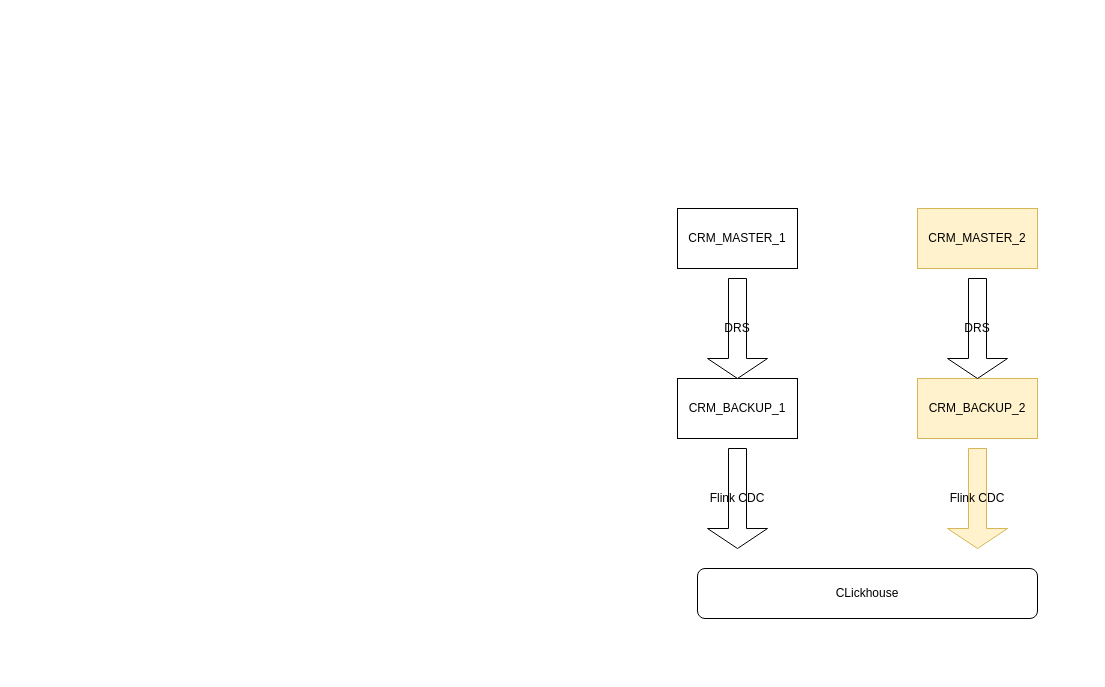
Before: page "第 1 页" (1 of 2) of wiz/MYSQL扩容改造.drawio in smileLuckBoy/drowio, a draw.io diagram. Source tidied: cells renumbered, new cells numbered last; positions are measured from the earlier drawing's top-left corner, leaving out a move shared by most shapes. Both pictures are drawn from the tidied source at 100%, with x=0, y=0 at pixel (677, 208).
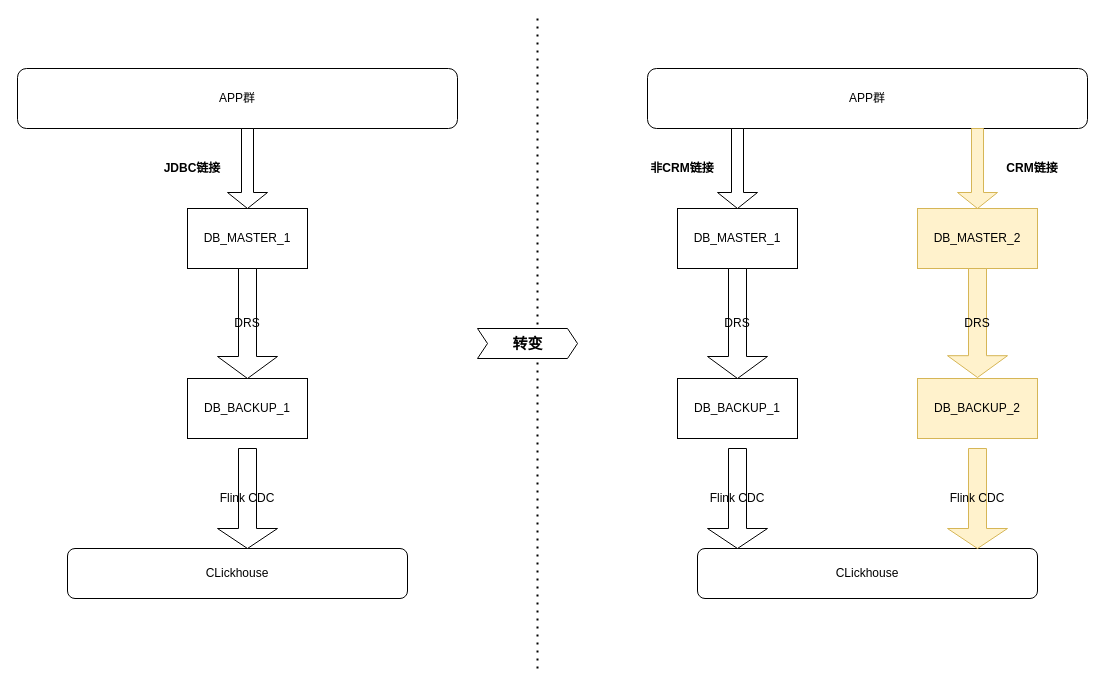
The same diagram, later.

What changed in the source:
```diff
@@
     <mxCell id="2" style="edgeStyle=orthogonalEdgeStyle;rounded=0;orthogonalLoop=1;jettySize=auto;html=1;exitX=0.5;exitY=0.975;exitDx=0;exitDy=0;exitPerimeter=0;" parent="1" edge="1">
       <mxGeometry relative="1" as="geometry">
-        <mxPoint x="60" y="48" as="sourcePoint" />
+        <mxPoint x="-570" y="-12" as="sourcePoint" />
       </mxGeometry>
     </mxCell>
     <mxCell id="3" style="edgeStyle=orthogonalEdgeStyle;rounded=0;orthogonalLoop=1;jettySize=auto;html=1;exitX=0.5;exitY=0.975;exitDx=0;exitDy=0;exitPerimeter=0;" parent="1" edge="1">
       <mxGeometry relative="1" as="geometry">
-        <mxPoint x="300" y="150" as="targetPoint" />
+        <mxPoint x="-330" y="90" as="targetPoint" />
       </mxGeometry>
     </mxCell>
     <mxCell id="4" value="CLickhouse" style="rounded=1;whiteSpace=wrap;html=1;" parent="1" vertex="1">
-      <mxGeometry x="20" y="360" width="340" height="50" as="geometry" />
+      <mxGeometry x="20" y="340" width="340" height="50" as="geometry" />
     </mxCell>
@@
-    <mxCell id="7" value="CRM_MASTER_1" style="rounded=0;whiteSpace=wrap;html=1;" parent="1" vertex="1">
+    <mxCell id="7" value="DB_MASTER_1" style="rounded=0;whiteSpace=wrap;html=1;" parent="1" vertex="1">
       <mxGeometry width="120" height="60" as="geometry" />
     </mxCell>
-    <mxCell id="8" value="CRM_MASTER_2" style="rounded=0;whiteSpace=wrap;html=1;fillColor=#fff2cc;strokeColor=#d6b656;" parent="1" vertex="1">
+    <mxCell id="8" value="DB_MASTER_2" style="rounded=0;whiteSpace=wrap;html=1;fillColor=#fff2cc;strokeColor=#d6b656;" parent="1" vertex="1">
       <mxGeometry x="240" width="120" height="60" as="geometry" />
     </mxCell>
-    <mxCell id="9" value="CRM_BACKUP_2" style="rounded=0;whiteSpace=wrap;html=1;fillColor=#fff2cc;strokeColor=#d6b656;" parent="1" vertex="1">
+    <mxCell id="9" value="DB_BACKUP_2" style="rounded=0;whiteSpace=wrap;html=1;fillColor=#fff2cc;strokeColor=#d6b656;" parent="1" vertex="1">
       <mxGeometry x="240" y="170" width="120" height="60" as="geometry" />
     </mxCell>
-    <mxCell id="10" value="CRM_BACKUP_1" style="rounded=0;whiteSpace=wrap;html=1;" parent="1" vertex="1">
+    <mxCell id="10" value="DB_BACKUP_1" style="rounded=0;whiteSpace=wrap;html=1;" parent="1" vertex="1">
       <mxGeometry y="170" width="120" height="60" as="geometry" />
     </mxCell>
     <mxCell id="11" value="DRS" style="shape=singleArrow;direction=south;whiteSpace=wrap;html=1;" parent="1" vertex="1">
-      <mxGeometry x="30" y="70" width="60" height="100" as="geometry" />
+      <mxGeometry x="30" y="60" width="60" height="110" as="geometry" />
     </mxCell>
-    <mxCell id="12" value="DRS" style="shape=singleArrow;direction=south;whiteSpace=wrap;html=1;" parent="1" vertex="1">
-      <mxGeometry x="270" y="70" width="60" height="100" as="geometry" />
+    <mxCell id="12" value="DRS" style="shape=singleArrow;direction=south;whiteSpace=wrap;html=1;fillColor=#fff2cc;strokeColor=#d6b656;" parent="1" vertex="1">
+      <mxGeometry x="270" y="60" width="60" height="109" as="geometry" />
     </mxCell>
+    <mxCell id="13" value="APP群" style="rounded=1;whiteSpace=wrap;html=1;" parent="1" vertex="1">
+      <mxGeometry x="-30" y="-140" width="440" height="60" as="geometry" />
+    </mxCell>
+    <mxCell id="14" style="shape=singleArrow;direction=south;whiteSpace=wrap;html=1;" parent="1" vertex="1">
+      <mxGeometry x="40" y="-80" width="40" height="80" as="geometry" />
+    </mxCell>
+    <mxCell id="15" style="shape=singleArrow;direction=south;whiteSpace=wrap;html=1;fillColor=#fff2cc;strokeColor=#d6b656;" parent="1" vertex="1">
+      <mxGeometry x="280" y="-80" width="40" height="80" as="geometry" />
+    </mxCell>
+    <mxCell id="16" value="非CRM链接" style="text;html=1;strokeColor=none;fillColor=none;align=center;verticalAlign=middle;whiteSpace=wrap;rounded=0;fontStyle=1;" parent="1" vertex="1">
+      <mxGeometry x="-40" y="-55" width="90" height="30" as="geometry" />
+    </mxCell>
+    <mxCell id="17" value="CRM链接" style="text;html=1;strokeColor=none;fillColor=none;align=center;verticalAlign=middle;whiteSpace=wrap;rounded=0;fontStyle=1;" parent="1" vertex="1">
+      <mxGeometry x="310" y="-55" width="90" height="30" as="geometry" />
+    </mxCell>
+    <mxCell id="18" value="CLickhouse" style="rounded=1;whiteSpace=wrap;html=1;" parent="1" vertex="1">
+      <mxGeometry x="-610" y="340" width="340" height="50" as="geometry" />
+    </mxCell>
+    <mxCell id="19" value="Flink CDC" style="shape=singleArrow;direction=south;whiteSpace=wrap;html=1;" parent="1" vertex="1">
+      <mxGeometry x="-460" y="240" width="60" height="100" as="geometry" />
+    </mxCell>
+    <mxCell id="20" value="DB_MASTER_1" style="rounded=0;whiteSpace=wrap;html=1;" parent="1" vertex="1">
+      <mxGeometry x="-490" width="120" height="60" as="geometry" />
+    </mxCell>
+    <mxCell id="21" value="DB_BACKUP_1" style="rounded=0;whiteSpace=wrap;html=1;" parent="1" vertex="1">
+      <mxGeometry x="-490" y="170" width="120" height="60" as="geometry" />
+    </mxCell>
+    <mxCell id="22" value="DRS" style="shape=singleArrow;direction=south;whiteSpace=wrap;html=1;" parent="1" vertex="1">
+      <mxGeometry x="-460" y="60" width="60" height="110" as="geometry" />
+    </mxCell>
+    <mxCell id="23" value="APP群" style="rounded=1;whiteSpace=wrap;html=1;" parent="1" vertex="1">
+      <mxGeometry x="-660" y="-140" width="440" height="60" as="geometry" />
+    </mxCell>
+    <mxCell id="24" style="shape=singleArrow;direction=south;whiteSpace=wrap;html=1;" parent="1" vertex="1">
+      <mxGeometry x="-450" y="-80" width="40" height="80" as="geometry" />
+    </mxCell>
+    <mxCell id="25" value="JDBC链接" style="text;html=1;strokeColor=none;fillColor=none;align=center;verticalAlign=middle;whiteSpace=wrap;rounded=0;fontStyle=1;" parent="1" vertex="1">
+      <mxGeometry x="-530" y="-55" width="90" height="30" as="geometry" />
+    </mxCell>
+    <mxCell id="26" style="endArrow=none;dashed=1;html=1;dashPattern=1 3;strokeWidth=2;rounded=0;" parent="1" edge="1">
+      <mxGeometry relative="1" as="geometry">
+        <mxPoint x="-140" y="460" as="sourcePoint" />
+        <mxPoint x="-140" y="-190" as="targetPoint" />
+      </mxGeometry>
+    </mxCell>
+    <mxCell id="27" value="&lt;font style=&quot;font-size: 15px;&quot;&gt;转变&lt;/font&gt;" style="html=1;shadow=0;dashed=0;align=center;verticalAlign=middle;shape=mxgraph.arrows2.arrow;dy=0;dx=10;notch=10;fontStyle=1;" parent="1" vertex="1">
+      <mxGeometry x="-200" y="120" width="100" height="30" as="geometry" />
+    </mxCell>
```
